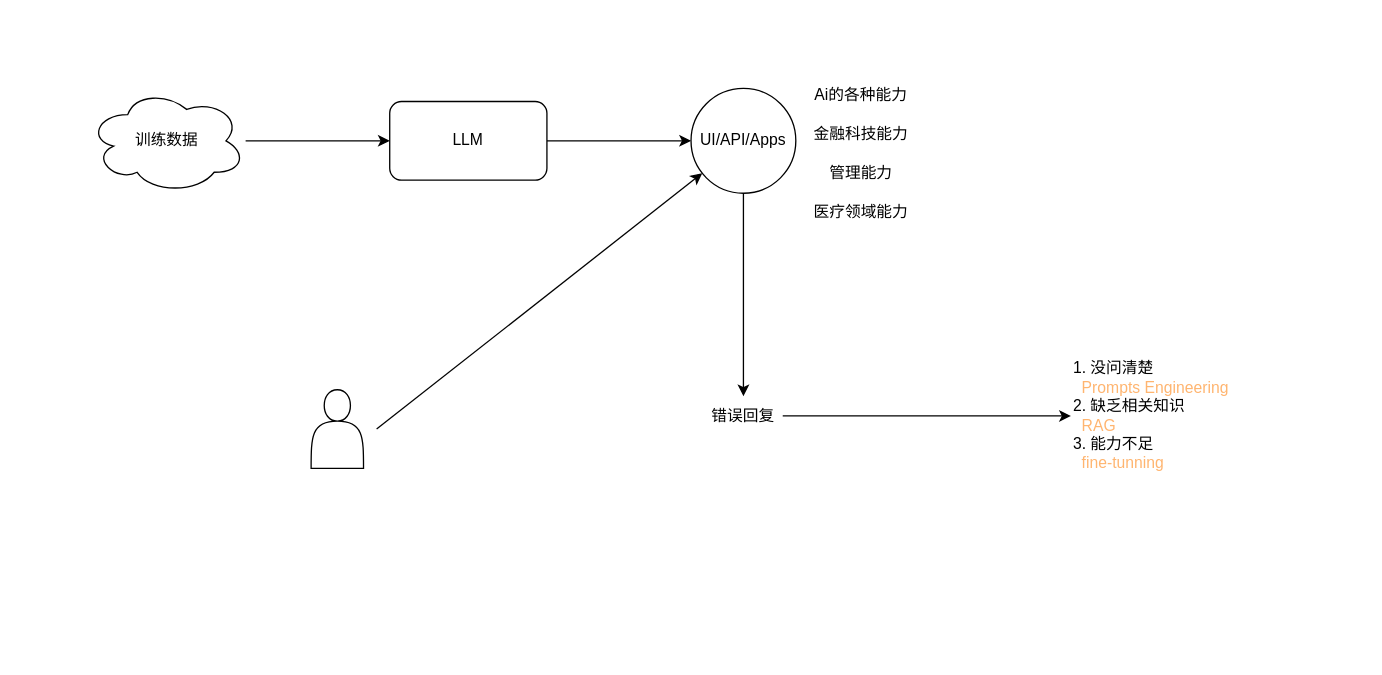
Earlier version of the draw.io diagram drawio/RAG.drawio (GuilinDev/Notes). Source tidied: cells renumbered, new cells numbered last; positions are measured from the earlier drawing's top-left corner, leaving out a move shared by most shapes. Both pictures are drawn from the tidied source at 131%, with x=0, y=0 at pixel (88, 75).
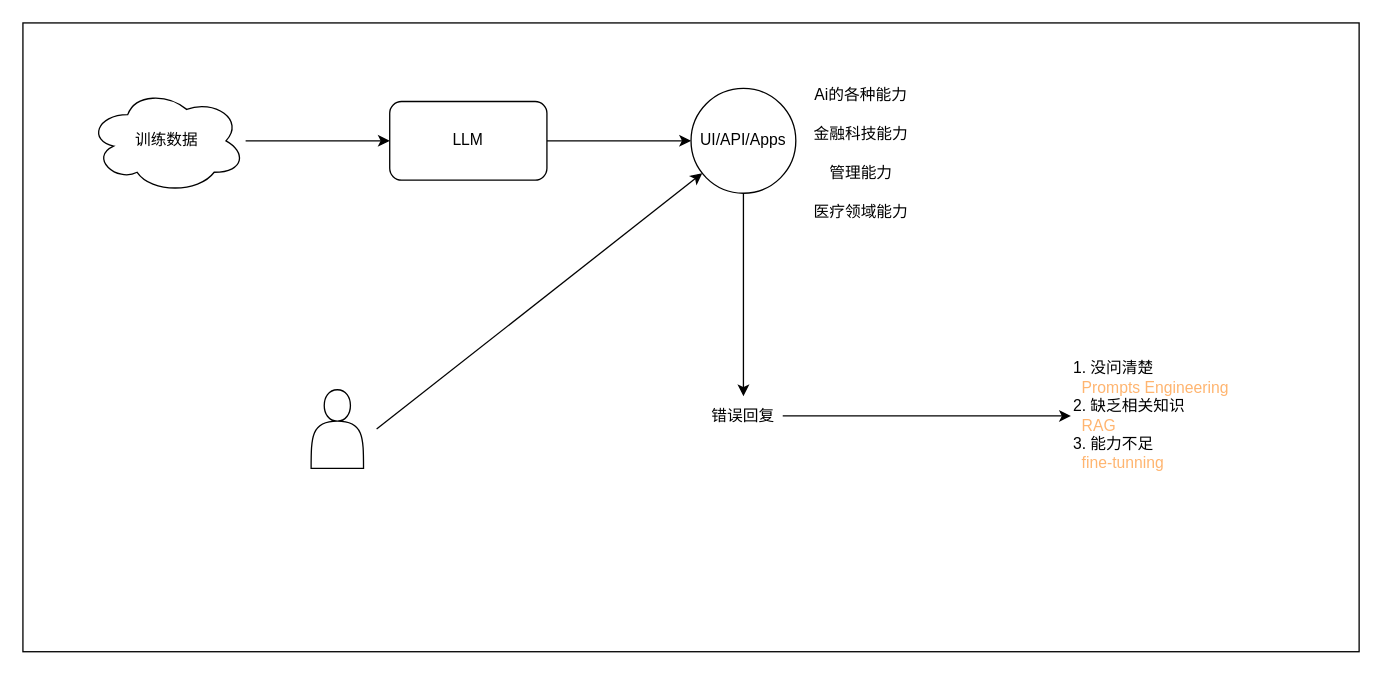
After the change.

The edit, as a diff of the source:
```diff
@@
 <mxGraphModel>
   <root>
     <mxCell id="0" />
     <mxCell id="1" parent="0" />
+    <mxCell id="17" style="rounded=0;whiteSpace=wrap;html=1;" parent="1" vertex="1">
+      <mxGeometry x="-50" y="-40" width="1020" height="480" as="geometry" />
+    </mxCell>
     <mxCell id="2" style="edgeStyle=orthogonalEdgeStyle;rounded=0;jettySize=auto;html=1;entryX=0;entryY=0.5;entryDx=0;entryDy=0;" parent="1" edge="1" source="3" target="5">
       <mxGeometry relative="1" as="geometry" />
     </mxCell>
     <mxCell id="3" value="训练数据" style="ellipse;shape=cloud;whiteSpace=wrap;html=1;" parent="1" vertex="1">
       <mxGeometry y="10" width="120" height="80" as="geometry" />
     </mxCell>
     <mxCell id="4" style="edgeStyle=orthogonalEdgeStyle;rounded=0;jettySize=auto;html=1;entryX=0;entryY=0.5;entryDx=0;entryDy=0;" parent="1" edge="1" source="5" target="7">
       <mxGeometry relative="1" as="geometry" />
     </mxCell>
     <mxCell id="5" value="LLM" style="rounded=1;whiteSpace=wrap;html=1;" parent="1" vertex="1">
       <mxGeometry x="230" y="20" width="120" height="60" as="geometry" />
     </mxCell>
     <mxCell id="6" style="edgeStyle=orthogonalEdgeStyle;rounded=0;jettySize=auto;html=1;" parent="1" edge="1" source="7" target="15">
       <mxGeometry relative="1" as="geometry" />
     </mxCell>
     <mxCell id="7" value="UI/API/Apps" style="ellipse;whiteSpace=wrap;html=1;" parent="1" vertex="1">
       <mxGeometry x="460" y="10" width="80" height="80" as="geometry" />
     </mxCell>
     <mxCell id="8" style="shape=actor;whiteSpace=wrap;html=1;" parent="1" vertex="1">
       <mxGeometry x="170" y="240" width="40" height="60" as="geometry" />
     </mxCell>
     <mxCell id="9" style="endArrow=classic;html=1;rounded=0;" parent="1" edge="1" target="7">
       <mxGeometry relative="1" as="geometry">
         <mxPoint x="220" y="270" as="sourcePoint" />
       </mxGeometry>
     </mxCell>
     <mxCell id="10" value="Ai的各种能力" style="text;html=1;align=center;verticalAlign=middle;whiteSpace=wrap;rounded=0;" parent="1" vertex="1">
       <mxGeometry x="540" width="100" height="30" as="geometry" />
     </mxCell>
     <mxCell id="11" value="金融科技能力" style="text;html=1;align=center;verticalAlign=middle;whiteSpace=wrap;rounded=0;" parent="1" vertex="1">
       <mxGeometry x="540" y="30" width="100" height="30" as="geometry" />
     </mxCell>
     <mxCell id="12" value="管理能力" style="text;html=1;align=center;verticalAlign=middle;whiteSpace=wrap;rounded=0;" parent="1" vertex="1">
       <mxGeometry x="540" y="60" width="100" height="30" as="geometry" />
     </mxCell>
     <mxCell id="13" value="医疗领域能力" style="text;html=1;align=center;verticalAlign=middle;whiteSpace=wrap;rounded=0;" parent="1" vertex="1">
       <mxGeometry x="540" y="90" width="100" height="30" as="geometry" />
     </mxCell>
     <mxCell id="14" style="edgeStyle=orthogonalEdgeStyle;rounded=0;jettySize=auto;html=1;entryX=0;entryY=0.5;entryDx=0;entryDy=0;" parent="1" edge="1" source="15" target="16">
       <mxGeometry relative="1" as="geometry" />
     </mxCell>
     <mxCell id="15" value="错误回复" style="text;html=1;align=center;verticalAlign=middle;whiteSpace=wrap;rounded=0;" parent="1" vertex="1">
       <mxGeometry x="470" y="245" width="60" height="30" as="geometry" />
     </mxCell>
     <mxCell id="16" value="1. 没问清楚&lt;div&gt;&lt;font color=&quot;#ffb570&quot;&gt;&amp;nbsp; Prompts Engineering&lt;br&gt;&lt;/font&gt;&lt;div&gt;2. 缺乏相关知识&lt;/div&gt;&lt;div&gt;&lt;font color=&quot;#ffb570&quot;&gt;&amp;nbsp; RAG&lt;/font&gt;&lt;/div&gt;&lt;div&gt;3. 能力不足&lt;/div&gt;&lt;/div&gt;&lt;div&gt;&lt;font color=&quot;#ffb570&quot;&gt;&amp;nbsp; fine-tunning&lt;/font&gt;&lt;/div&gt;" style="text;html=1;align=left;verticalAlign=middle;whiteSpace=wrap;rounded=0;" parent="1" vertex="1">
       <mxGeometry x="750" y="210" width="160" height="100" as="geometry" />
     </mxCell>
   </root>
 </mxGraphModel>
```
